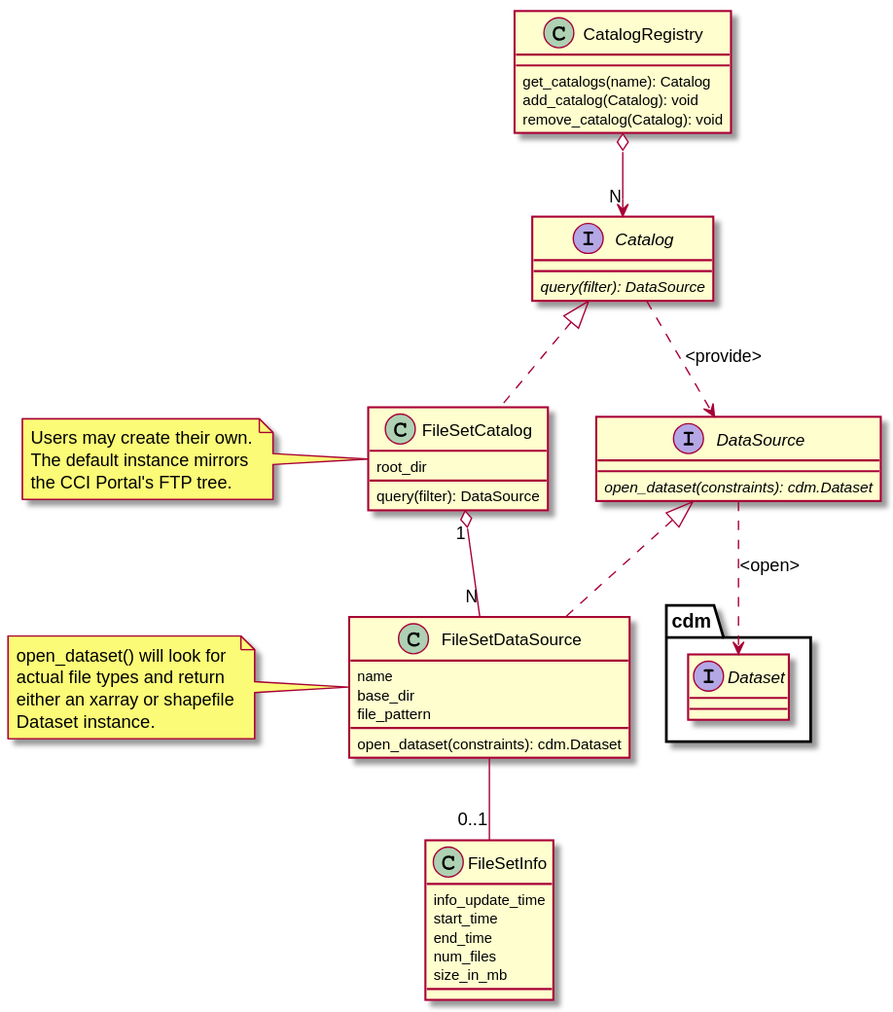
The PlantUML diagram doc/source/_static/uml/io.svg in CCI-Tools/cate, before a commit. Its source is kept beside it as doc/source/uml/io.puml.
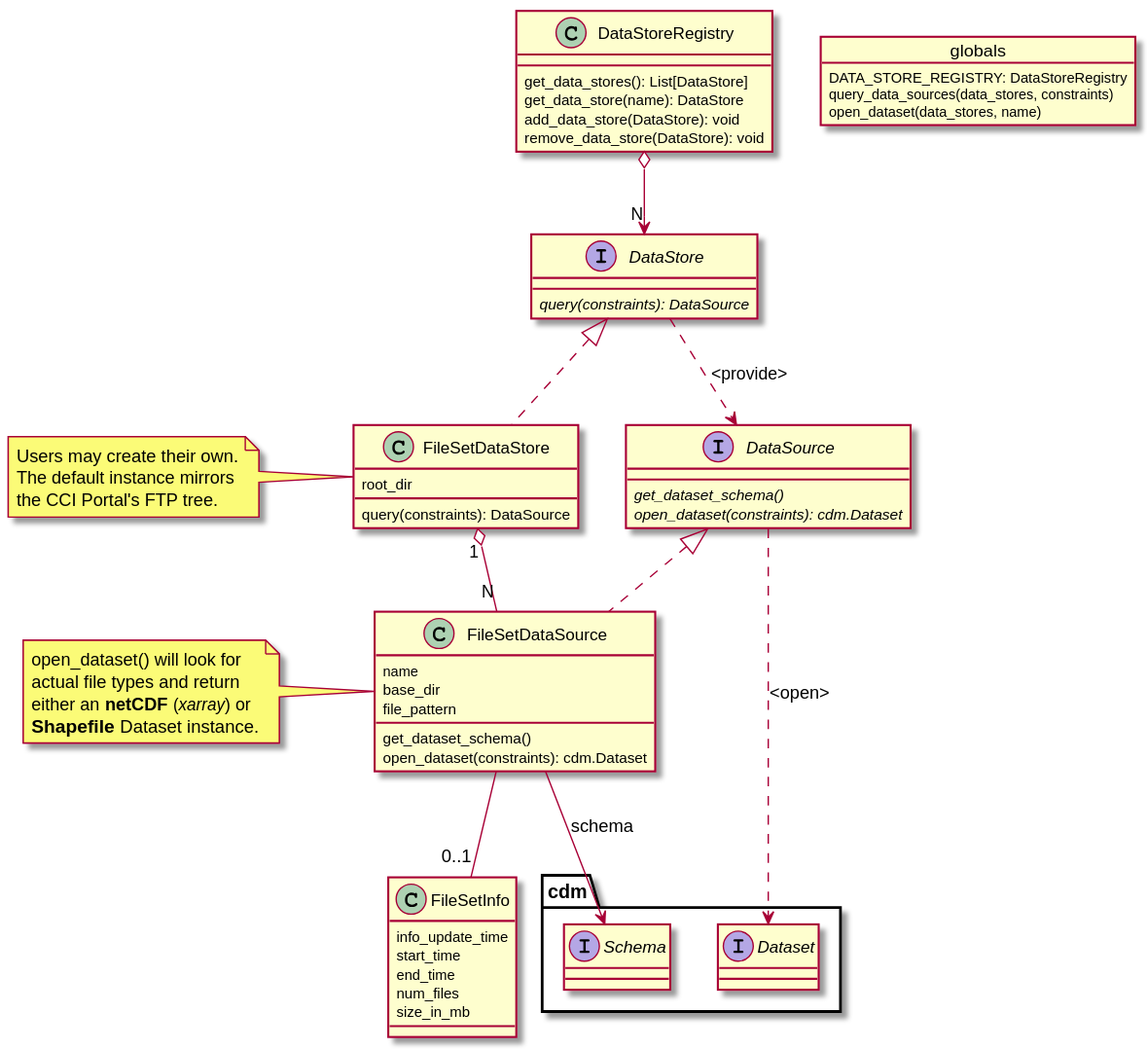
The same file after the commit.

The edit, as a diff of the source:
```diff
@@ -1,28 +1,31 @@
 @startuml
 
-class CatalogRegistry {
-    get_catalogs(name): Catalog
-    add_catalog(Catalog): void
-    remove_catalog(Catalog): void
+class DataStoreRegistry {
+    get_data_stores(): List[DataStore]
+    get_data_store(name): DataStore
+    add_data_store(DataStore): void
+    remove_data_store(DataStore): void
 }
 
-interface Catalog {
-    {abstract} query(filter): DataSource
+interface DataStore {
+    {abstract} query(constraints): DataSource
 }
 
 interface DataSource {
+    {abstract} get_dataset_schema()
     {abstract} open_dataset(constraints): cdm.Dataset
 }
 
-class FileSetCatalog implements Catalog {
+class FileSetDataStore implements DataStore {
     root_dir
-    query(filter): DataSource
+    query(constraints): DataSource
 }
 
 class FileSetDataSource implements DataSource {
     name
     base_dir
     file_pattern
+    get_dataset_schema()
     open_dataset(constraints): cdm.Dataset
 }
 
@@ -34,16 +37,17 @@
     size_in_mb
 }
 
-CatalogRegistry o--> "N" Catalog
-Catalog  ..>  DataSource: <provide>
+DataStoreRegistry o--> "N" DataStore
+DataStore  ..>  DataSource: <provide>
 
 DataSource ..>  interface cdm.Dataset: <open>
+FileSetDataSource -->  interface cdm.Schema: schema
 
 
-FileSetCatalog "1" o-- "N" FileSetDataSource
+FileSetDataStore "1" o-- "N" FileSetDataSource
 FileSetDataSource -- "0..1" FileSetInfo
 
-note left of FileSetCatalog
+note left of FileSetDataStore
 Users may create their own.
 The default instance mirrors
 the CCI Portal's FTP tree.
@@ -52,8 +56,15 @@
 note left of FileSetDataSource
 open_dataset() will look for
 actual file types and return
-either an xarray or shapefile
-Dataset instance.
+either an <b>netCDF</b> (<i>xarray</i>) or
+<b>Shapefile</b> Dataset instance.
 end note
 
+object globals {
+    DATA_STORE_REGISTRY: DataStoreRegistry
+    query_data_sources(data_stores, constraints)
+    open_dataset(data_stores, name)
+}
+
+
 @enduml
```
